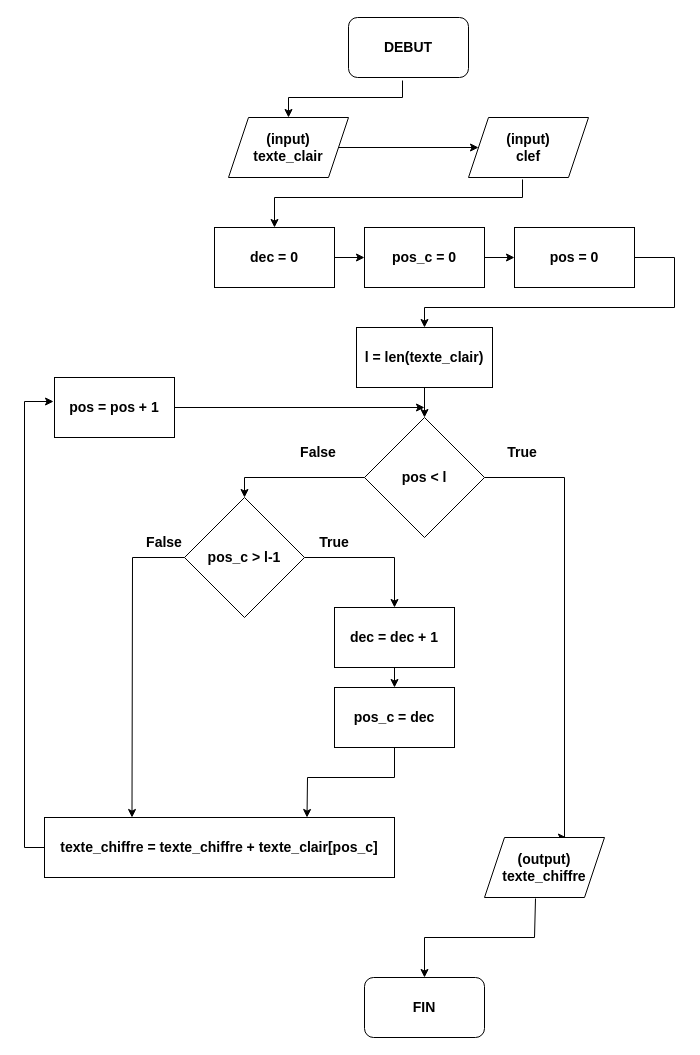
The draw.io diagram 1M/prog/cryptographie/diags/chiffrement.drawio in vkeller/modulo-gybe, before the edit. Source tidied: cells renumbered, new cells numbered last; positions are measured from the earlier drawing's top-left corner, leaving out a move shared by most shapes. Both pictures are drawn from the tidied source at 100%, with x=0, y=0 at pixel (24, 17).
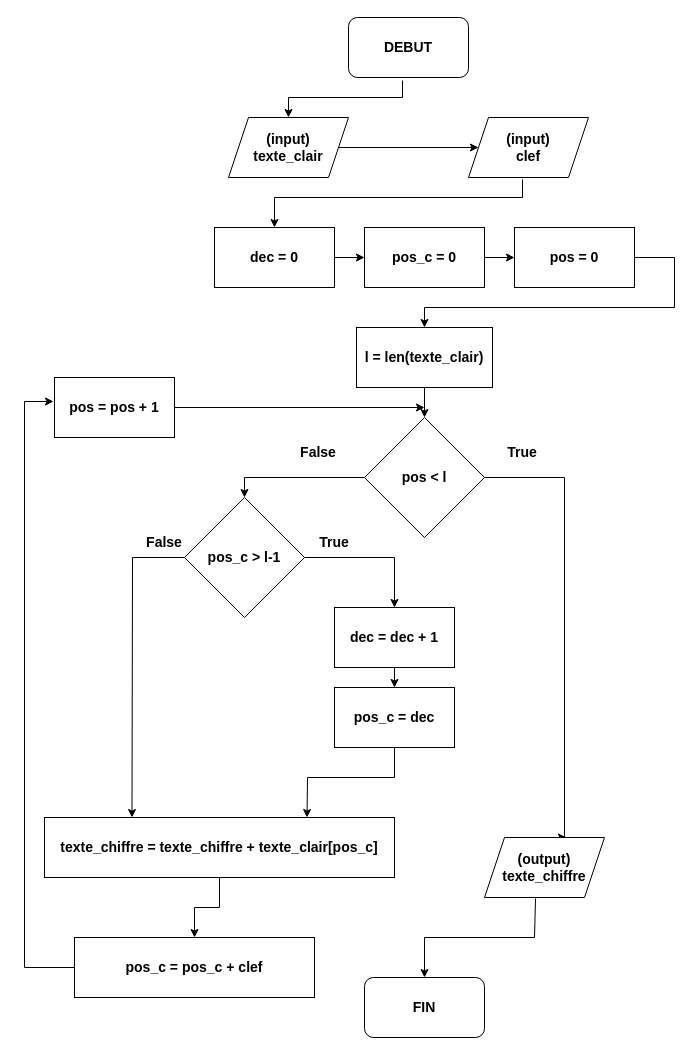
Above is the later version.

Unchanged cells that the change refers to:
```xml
<mxCell id="29" value="&lt;b&gt;texte_chiffre = texte_chiffre + texte_clair[pos_c]&lt;/b&gt;" style="rounded=0;whiteSpace=wrap;html=1;fontSize=14;" parent="1" vertex="1">
  <mxGeometry x="20" y="800" width="350" height="60" as="geometry" />
</mxCell>
<mxCell id="32" value="&lt;b&gt;pos = pos + 1&lt;/b&gt;" style="rounded=0;whiteSpace=wrap;html=1;fontSize=14;" parent="1" vertex="1">
  <mxGeometry x="30" y="360" width="120" height="60" as="geometry" />
</mxCell>
```

The edit, as a diff of the source:
```diff
@@
+    <mxCell id="37" style="edgeStyle=orthogonalEdgeStyle;rounded=0;jettySize=auto;html=1;fontSize=14;" parent="1" edge="1" source="29" target="38">
+      <mxGeometry relative="1" as="geometry" />
+    </mxCell>
@@
-    <mxCell id="33" style="endArrow=classic;html=1;rounded=0;fontSize=14;exitX=0;exitY=0.5;exitDx=0;exitDy=0;entryX=-0.008;entryY=0.4;entryDx=0;entryDy=0;entryPerimeter=0;" parent="1" edge="1" source="29" target="32">
+    <mxCell id="33" style="endArrow=classic;html=1;rounded=0;fontSize=14;exitX=0;exitY=0.5;exitDx=0;exitDy=0;entryX=-0.008;entryY=0.4;entryDx=0;entryDy=0;entryPerimeter=0;" parent="1" edge="1" source="38" target="32">
       <mxGeometry relative="1" as="geometry">
         <Array as="points">
-          <mxPoint y="830" />
+          <mxPoint y="950" />
           <mxPoint y="384" />
         </Array>
       </mxGeometry>
     </mxCell>
@@
+    <mxCell id="38" value="&lt;b&gt;pos_c = pos_c + clef&lt;/b&gt;" style="rounded=0;whiteSpace=wrap;html=1;fontSize=14;" parent="1" vertex="1">
+      <mxGeometry x="50" y="920" width="240" height="60" as="geometry" />
+    </mxCell>
```
